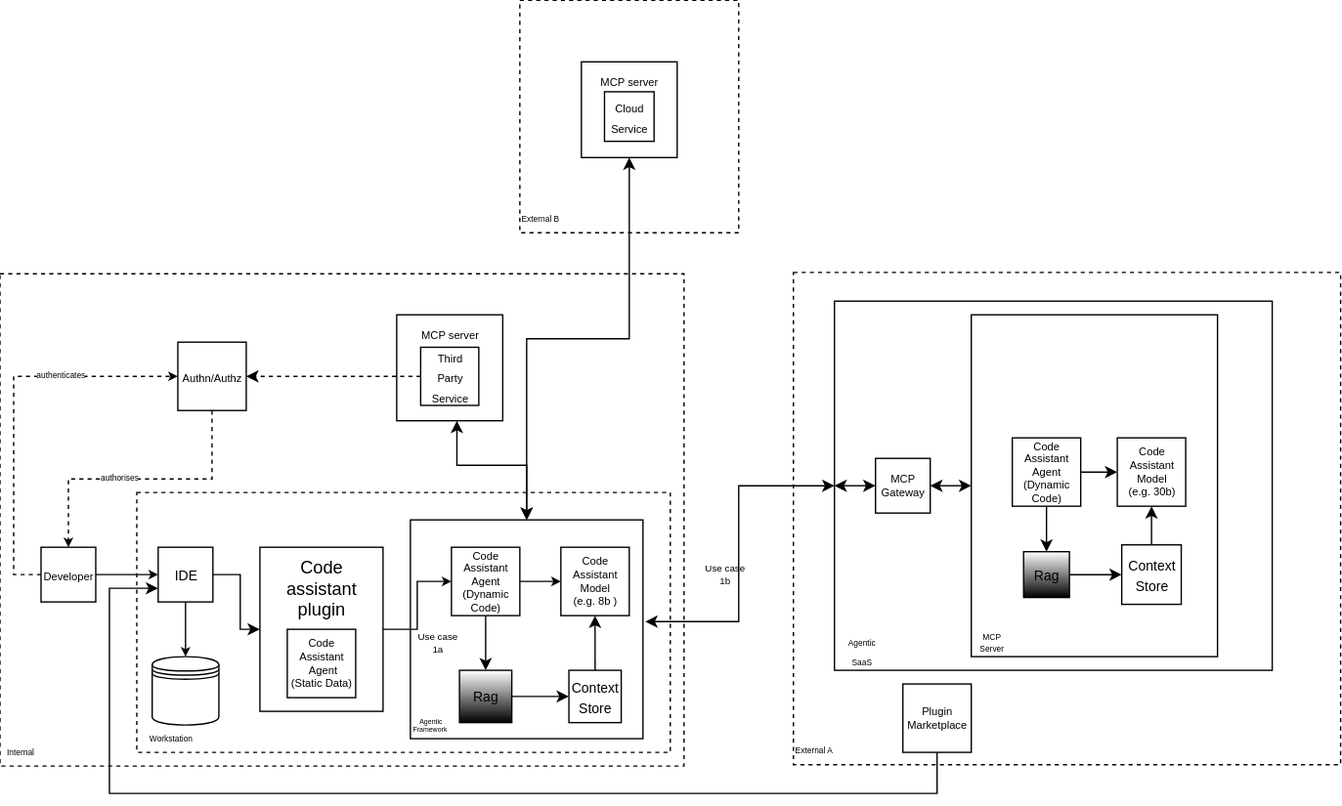
This is subgroups/use-cases-and-threat-models/use_cases/code_assistant/diagram/ai_code_generator_threat_model_diagram_updated_2026_05_12.drawio.svg from lfai/security-and-compliance, a draw.io export, as it was before one commit. Source tidied: cells renumbered, new cells last; positions are measured from the earlier drawing's top-left corner, leaving out a move shared by most shapes.
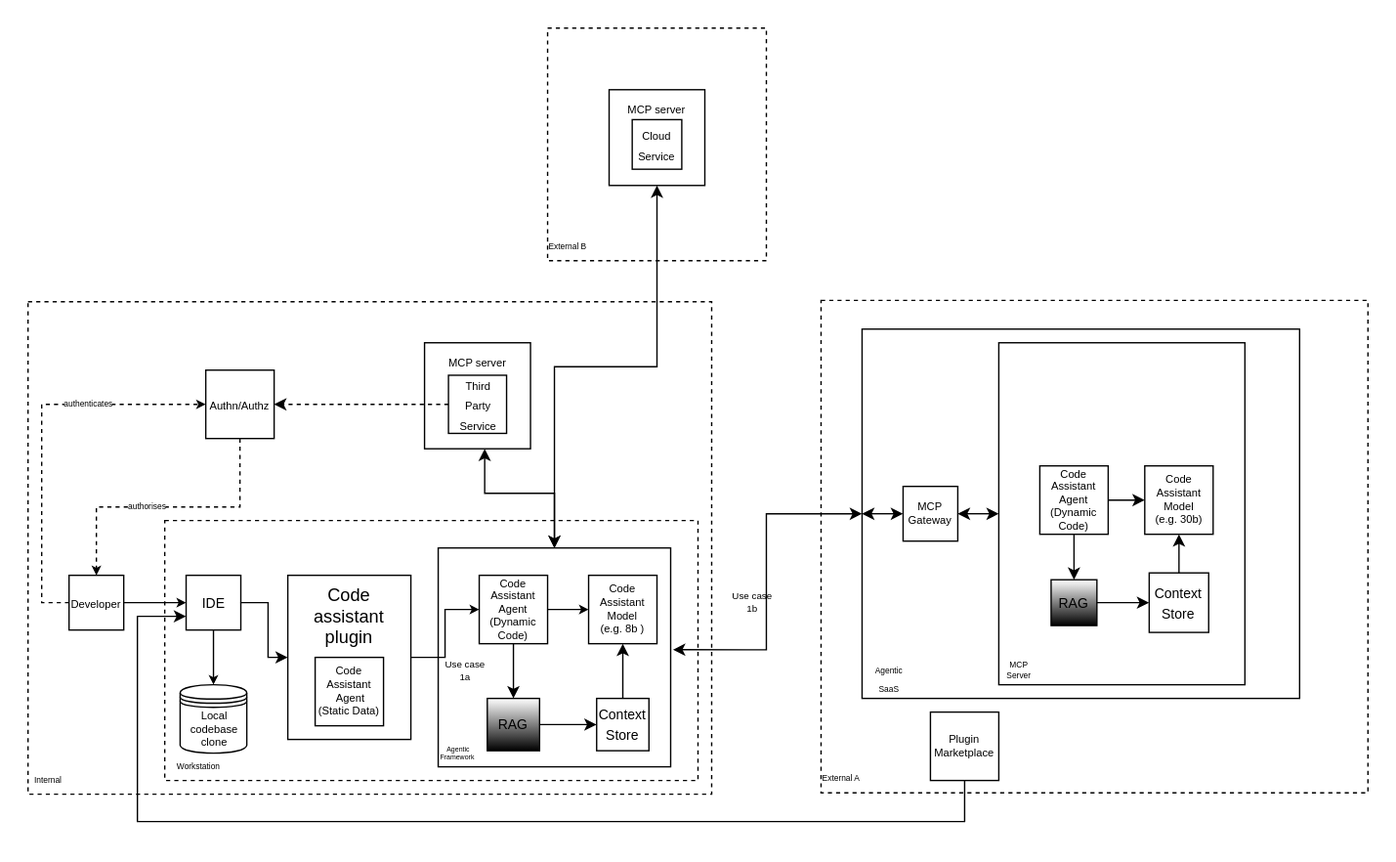
After the commit.

Diff of the diagram source:
```diff
@@ -47,7 +47,7 @@
     <mxCell id="16" value="&lt;font&gt;&lt;font&gt;Code&lt;/font&gt;&lt;/font&gt;&lt;div&gt;&lt;font&gt;assistant&lt;br&gt;plugin&lt;/font&gt;&lt;/div&gt;" style="whiteSpace=wrap;html=1;autosizeText=1;fontSize=13;verticalAlign=top;" parent="1" vertex="1">
       <mxGeometry x="190" y="400" width="90" height="120" as="geometry" />
     </mxCell>
-    <mxCell id="17" value="&lt;span style=&quot;color: light-dark(transparent, rgb(255, 255, 255));&quot;&gt;&lt;font style=&quot;font-size: 8px;&quot;&gt;&lt;span style=&quot;text-align: start; caret-color: rgb(0, 0, 0);&quot;&gt;Local&lt;/span&gt;&lt;/font&gt;&lt;/span&gt;&lt;div&gt;&lt;span style=&quot;color: light-dark(transparent, rgb(255, 255, 255));&quot;&gt;&lt;font style=&quot;font-size: 8px;&quot;&gt;&lt;span style=&quot;text-align: start; caret-color: rgb(0, 0, 0);&quot;&gt;codebase&lt;/span&gt;&lt;/font&gt;&lt;/span&gt;&lt;/div&gt;&lt;div&gt;&lt;span style=&quot;color: light-dark(transparent, rgb(255, 255, 255));&quot;&gt;&lt;font style=&quot;font-size: 8px;&quot;&gt;&lt;span style=&quot;text-align: start; caret-color: rgb(0, 0, 0);&quot;&gt;clone&lt;/span&gt;&lt;/font&gt;&lt;/span&gt;&lt;/div&gt;" style="shape=datastore;html=1;fontSize=6;" parent="1" vertex="1">
+    <mxCell id="17" value="&lt;font style=&quot;font-size: 8px; color: rgb(0, 0, 0);&quot;&gt;&lt;span style=&quot;text-align: start; caret-color: rgb(0, 0, 0);&quot;&gt;Local&lt;/span&gt;&lt;/font&gt;&lt;div&gt;&lt;font style=&quot;font-size: 8px; color: rgb(0, 0, 0);&quot;&gt;&lt;span style=&quot;text-align: start; caret-color: rgb(0, 0, 0);&quot;&gt;codebase&lt;/span&gt;&lt;/font&gt;&lt;/div&gt;&lt;div&gt;&lt;font style=&quot;font-size: 8px; color: rgb(0, 0, 0);&quot;&gt;&lt;span style=&quot;text-align: start; caret-color: rgb(0, 0, 0);&quot;&gt;clone&lt;/span&gt;&lt;/font&gt;&lt;/div&gt;" style="shape=datastore;html=1;fontSize=6;" parent="1" vertex="1">
       <mxGeometry x="111.2" y="480" width="48.8" height="50" as="geometry" />
     </mxCell>
     <mxCell id="18" style="rounded=0;whiteSpace=wrap;html=1;fillColor=none;" parent="1" vertex="1">
@@ -133,7 +133,7 @@
     <mxCell id="41" style="edgeStyle=orthogonalEdgeStyle;rounded=0;jettySize=auto;html=1;entryX=0;entryY=0.5;entryDx=0;entryDy=0;" parent="1" edge="1" source="42" target="44">
       <mxGeometry relative="1" as="geometry" />
     </mxCell>
-    <mxCell id="42" value="&lt;font size=&quot;1&quot; style=&quot;color: light-dark(rgb(0, 0, 0), rgb(0, 0, 0));&quot;&gt;Rag&lt;/font&gt;" style="whiteSpace=wrap;html=1;verticalAlign=middle;fontColor=light-dark(default, #ffffff);gradientColor=default;" parent="1" vertex="1">
+    <mxCell id="42" value="&lt;font size=&quot;1&quot; style=&quot;color: light-dark(rgb(0, 0, 0), rgb(0, 0, 0));&quot;&gt;RAG&lt;/font&gt;" style="whiteSpace=wrap;html=1;verticalAlign=middle;fontColor=light-dark(default, #ffffff);gradientColor=default;" parent="1" vertex="1">
       <mxGeometry x="748.2" y="403.2" width="33.5" height="33.5" as="geometry" />
     </mxCell>
     <mxCell id="43" style="edgeStyle=orthogonalEdgeStyle;rounded=0;jettySize=auto;html=1;" parent="1" edge="1" source="44" target="40">
@@ -145,7 +145,7 @@
     <mxCell id="45" style="edgeStyle=orthogonalEdgeStyle;rounded=0;jettySize=auto;html=1;exitX=1;exitY=0.5;exitDx=0;exitDy=0;entryX=0;entryY=0.5;entryDx=0;entryDy=0;" parent="1" edge="1" source="46" target="21">
       <mxGeometry relative="1" as="geometry" />
     </mxCell>
-    <mxCell id="46" value="&lt;font size=&quot;1&quot; style=&quot;color: light-dark(rgb(0, 0, 0), rgb(0, 0, 0));&quot;&gt;Rag&lt;/font&gt;" style="whiteSpace=wrap;html=1;verticalAlign=middle;fontColor=light-dark(default, #ffffff);gradientColor=default;" parent="1" vertex="1">
+    <mxCell id="46" value="&lt;font size=&quot;1&quot; style=&quot;color: light-dark(rgb(0, 0, 0), rgb(0, 0, 0));&quot;&gt;RAG&lt;/font&gt;" style="whiteSpace=wrap;html=1;verticalAlign=middle;fontColor=light-dark(default, #ffffff);gradientColor=default;" parent="1" vertex="1">
       <mxGeometry x="335.9" y="490" width="38.2" height="38.2" as="geometry" />
     </mxCell>
     <mxCell id="47" style="edgeStyle=orthogonalEdgeStyle;rounded=0;jettySize=auto;html=1;exitX=1;exitY=0.5;exitDx=0;exitDy=0;entryX=0;entryY=0.5;entryDx=0;entryDy=0;startArrow=classic;startFill=1;" parent="1" edge="1" source="48" target="38">
```
